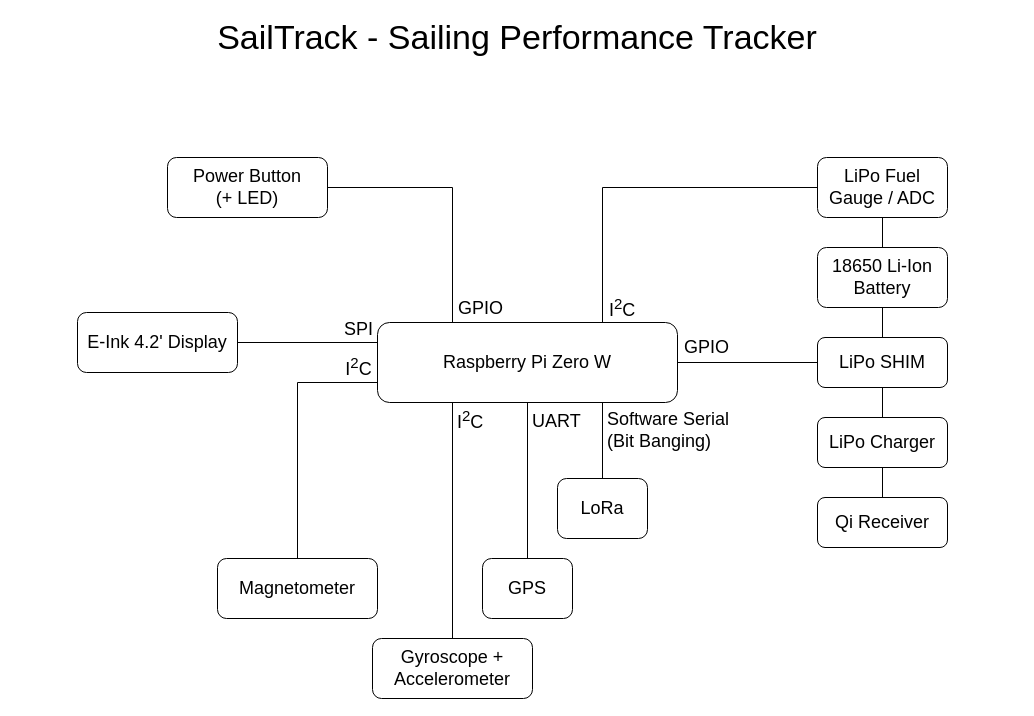
Above: page "Block Scheme" (1 of 2) of schematics/sailtrack.drawio in metis-vela-unipd/telemetry-documentation (draw.io), before the change. Source tidied: cells renumbered, new cells numbered last; positions are measured from the earlier drawing's top-left corner, leaving out a move shared by most shapes. Both pictures are drawn from the tidied source at 100%, with x=0, y=0 at pixel (17, 17).
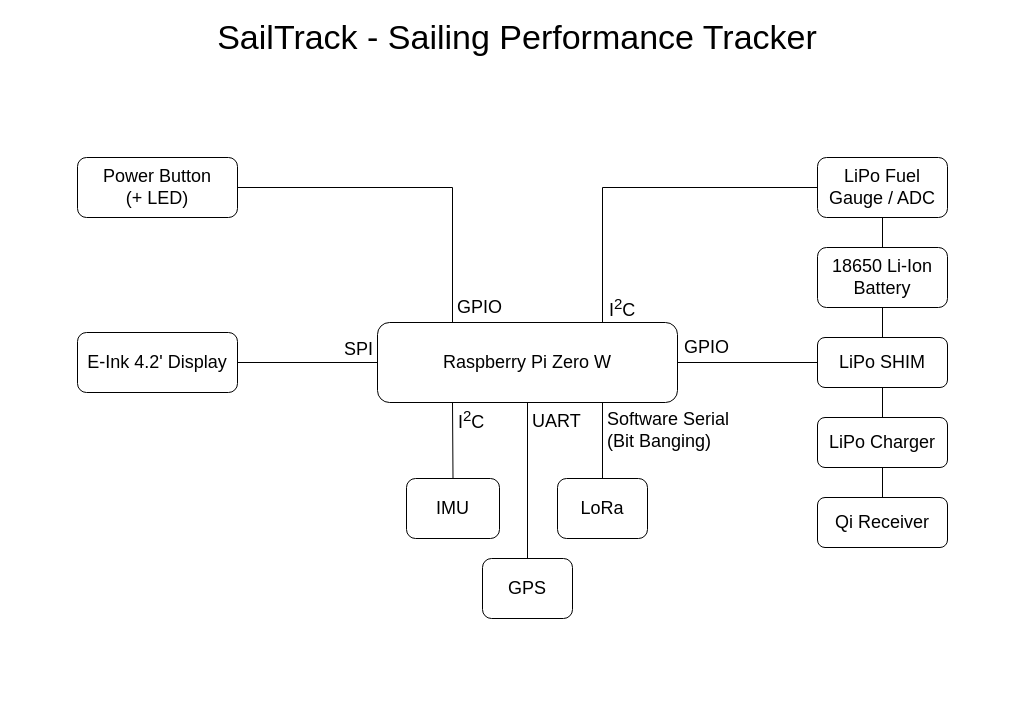
After the change.

Unchanged cells that the change refers to:
```xml
<mxCell id="7" value="&lt;font style=&quot;font-size: 18px&quot;&gt;Raspberry Pi Zero W&lt;/font&gt;" style="rounded=1;whiteSpace=wrap;html=1;fontFamily=Helvetica;fontSize=18;align=center;" parent="1" vertex="1">
  <mxGeometry x="360" y="305" width="300" height="80" as="geometry" />
</mxCell>
<mxCell id="33" style="edgeStyle=orthogonalEdgeStyle;rounded=0;jettySize=auto;html=1;exitX=1;exitY=0.5;exitDx=0;exitDy=0;entryX=0.25;entryY=0;entryDx=0;entryDy=0;endArrow=none;endFill=0;fontFamily=Helvetica;fontSize=18;" parent="1" edge="1" source="35" target="7">
  <mxGeometry relative="1" as="geometry" />
</mxCell>
```

The edit, as a diff of the source:
```diff
@@
-    <mxCell id="5" style="edgeStyle=orthogonalEdgeStyle;rounded=0;jettySize=auto;html=1;exitX=0.25;exitY=1;exitDx=0;exitDy=0;entryX=0.5;entryY=0;entryDx=0;entryDy=0;endArrow=none;endFill=0;fontFamily=Helvetica;fontSize=18;" parent="1" edge="1" source="7" target="29">
-      <mxGeometry relative="1" as="geometry" />
-    </mxCell>
-    <mxCell id="6" value="I&lt;sup&gt;2&lt;/sup&gt;C" style="edgeLabel;html=1;align=left;verticalAlign=middle;fontSize=18;fontFamily=Helvetica;" parent="5" vertex="1">
-      <mxGeometry x="-0.63" y="3" relative="1" as="geometry">
-        <mxPoint y="-27" as="offset" />
-      </mxGeometry>
-    </mxCell>
@@
-    <mxCell id="26" style="edgeStyle=orthogonalEdgeStyle;rounded=0;jettySize=auto;html=1;exitX=1;exitY=0.5;exitDx=0;exitDy=0;endArrow=none;endFill=0;fontFamily=Helvetica;fontSize=18;entryX=0;entryY=0.25;entryDx=0;entryDy=0;" parent="1" edge="1" source="28" target="7">
+    <mxCell id="26" style="edgeStyle=orthogonalEdgeStyle;rounded=0;jettySize=auto;html=1;exitX=1;exitY=0.5;exitDx=0;exitDy=0;endArrow=none;endFill=0;fontFamily=Helvetica;fontSize=18;entryX=0;entryY=0.5;entryDx=0;entryDy=0;" parent="1" edge="1" source="28" target="7">
       <mxGeometry relative="1" as="geometry" />
     </mxCell>
@@
     <mxCell id="28" value="&lt;font style=&quot;font-size: 18px&quot;&gt;E-Ink 4.2' Display&lt;br&gt;&lt;/font&gt;" style="rounded=1;whiteSpace=wrap;html=1;fontFamily=Helvetica;fontSize=18;align=center;" parent="1" vertex="1">
-      <mxGeometry x="60" y="295" width="160" height="60" as="geometry" />
+      <mxGeometry x="60" y="315" width="160" height="60" as="geometry" />
     </mxCell>
+    <mxCell id="36" style="edgeStyle=orthogonalEdgeStyle;rounded=0;jettySize=auto;html=1;exitX=0.5;exitY=0;exitDx=0;exitDy=0;entryX=0.25;entryY=1;entryDx=0;entryDy=0;endArrow=none;endFill=0;" parent="1" edge="1" source="29" target="7">
+      <mxGeometry relative="1" as="geometry">
+        <Array as="points">
+          <mxPoint x="435" y="461" />
+        </Array>
+      </mxGeometry>
+    </mxCell>
+    <mxCell id="37" value="&lt;font style=&quot;font-size: 18px&quot;&gt;I&lt;sup&gt;2&lt;/sup&gt;C&lt;/font&gt;" style="edgeLabel;html=1;align=left;verticalAlign=middle;" parent="36" vertex="1">
+      <mxGeometry x="0.13" y="3" relative="1" as="geometry">
+        <mxPoint x="6.3" y="-16" as="offset" />
+      </mxGeometry>
+    </mxCell>
-    <mxCell id="29" value="&lt;font style=&quot;font-size: 18px&quot;&gt;Gyroscope + Accelerometer&lt;/font&gt;" style="rounded=1;whiteSpace=wrap;html=1;fontFamily=Helvetica;fontSize=18;align=center;" parent="1" vertex="1">
-      <mxGeometry x="355" y="621" width="160" height="60" as="geometry" />
+    <mxCell id="29" value="&lt;font style=&quot;font-size: 18px&quot;&gt;IMU&lt;/font&gt;" style="rounded=1;whiteSpace=wrap;html=1;fontFamily=Helvetica;fontSize=18;align=center;" parent="1" vertex="1">
+      <mxGeometry x="389" y="461" width="93" height="60" as="geometry" />
     </mxCell>
-    <mxCell id="30" style="edgeStyle=orthogonalEdgeStyle;rounded=0;jettySize=auto;html=1;exitX=0.5;exitY=0;exitDx=0;exitDy=0;entryX=0;entryY=0.75;entryDx=0;entryDy=0;endArrow=none;endFill=0;fontFamily=Helvetica;fontSize=18;" parent="1" edge="1" source="32" target="7">
-      <mxGeometry relative="1" as="geometry" />
-    </mxCell>
-    <mxCell id="31" value="I&lt;sup&gt;2&lt;/sup&gt;C" style="edgeLabel;html=1;align=center;verticalAlign=middle;fontSize=18;fontFamily=Helvetica;" parent="30" vertex="1">
-      <mxGeometry x="0.36" y="-21" relative="1" as="geometry">
-        <mxPoint x="39" y="-18" as="offset" />
-      </mxGeometry>
-    </mxCell>
-    <mxCell id="32" value="&lt;font style=&quot;font-size: 18px&quot;&gt;Magnetometer&lt;/font&gt;" style="rounded=1;whiteSpace=wrap;html=1;fontFamily=Helvetica;fontSize=18;align=center;" parent="1" vertex="1">
-      <mxGeometry x="200" y="541" width="160" height="60" as="geometry" />
-    </mxCell>
@@
     <mxCell id="34" value="GPIO" style="edgeLabel;html=1;align=left;verticalAlign=middle;fontSize=18;fontFamily=Helvetica;" parent="33" vertex="1">
       <mxGeometry x="0.79" y="-1" relative="1" as="geometry">
-        <mxPoint x="5" y="12.1" as="offset" />
+        <mxPoint x="3.5" y="21.9" as="offset" />
       </mxGeometry>
     </mxCell>
     <mxCell id="35" value="&lt;font style=&quot;font-size: 18px&quot;&gt;Power Button&lt;br&gt;(+ LED)&lt;/font&gt;" style="rounded=1;whiteSpace=wrap;html=1;fontFamily=Helvetica;fontSize=18;align=center;" parent="1" vertex="1">
-      <mxGeometry x="150" y="140" width="160" height="60" as="geometry" />
+      <mxGeometry x="60" y="140" width="160" height="60" as="geometry" />
     </mxCell>
```
